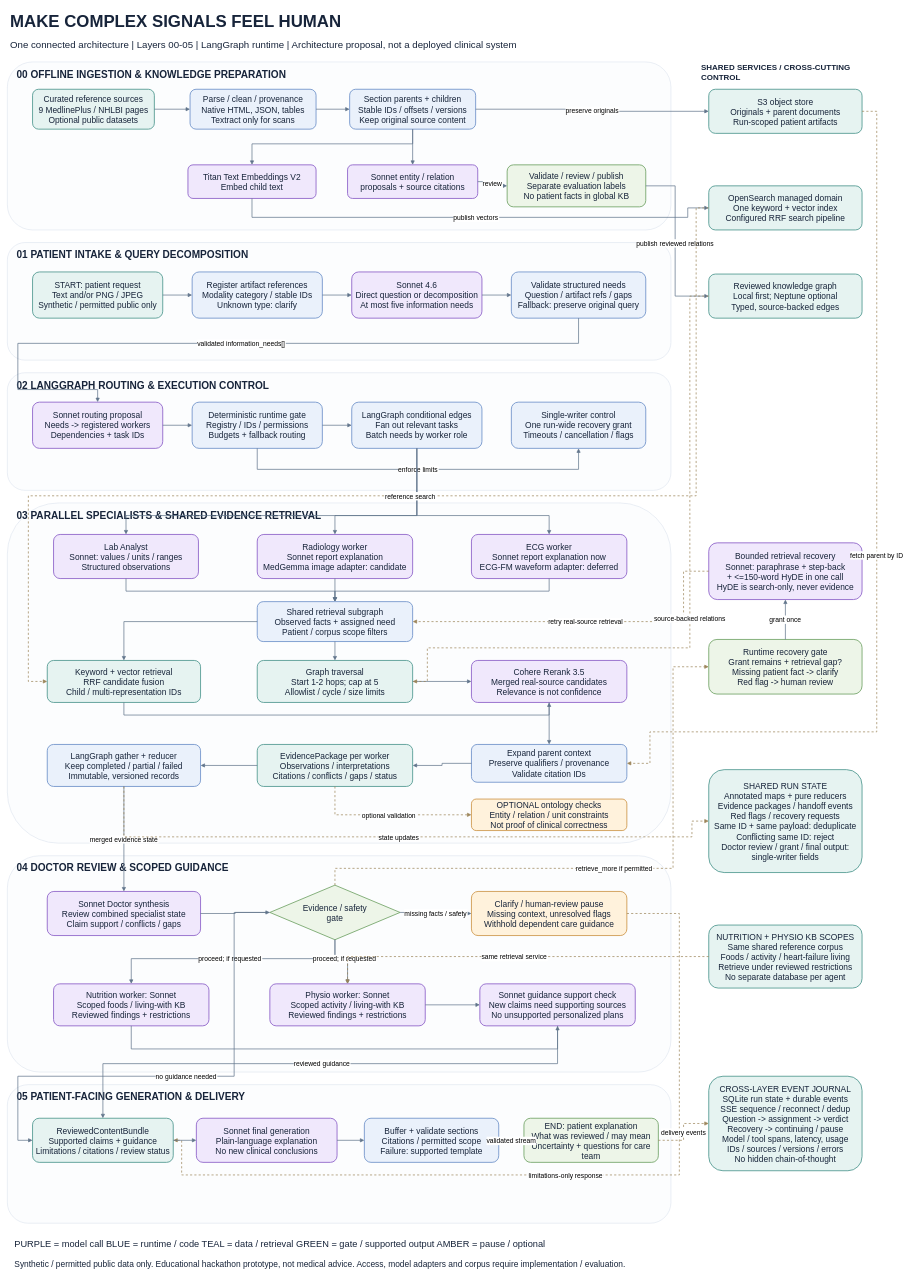
DanielZ0217/AWS-Hackathon keeps this draw.io diagram as presentation/output/Healthcare_Full_Architecture.drawio. Above is the earlier version. Source tidied: cells renumbered, new cells numbered last; positions are measured from the earlier drawing's top-left corner, leaving out a move shared by most shapes. Both pictures are drawn from the tidied source at 42%, with x=0, y=0 at pixel (7, 7).
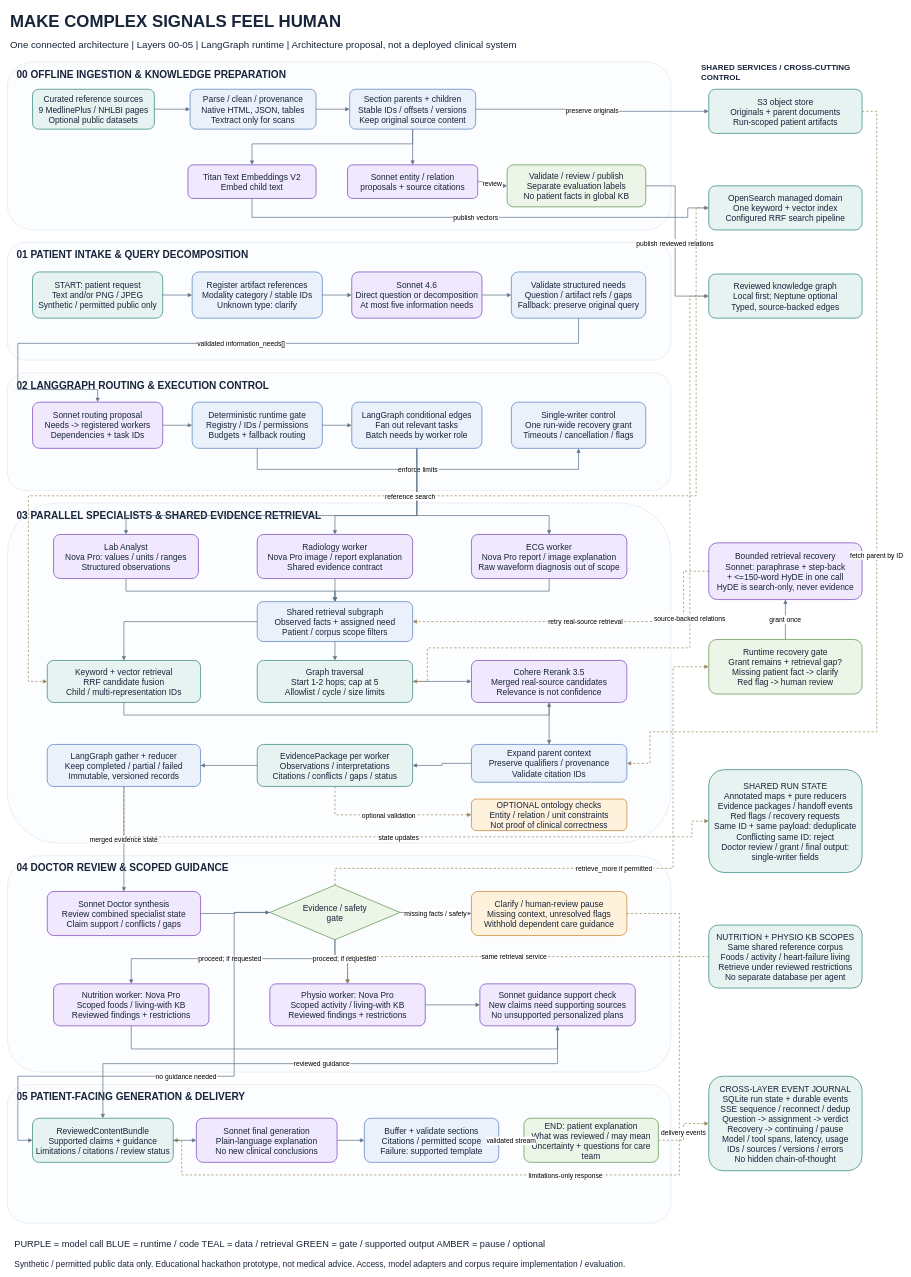
Above is the later version.

Diff of the diagram source:
```diff
@@
-    <mxCell id="34" value="Lab Analyst&#10;Sonnet: values / units / ranges&#10;Structured observations" style="rounded=1;whiteSpace=wrap;html=0;fillColor=#F0E8FC;strokeColor=#8B5FC7;strokeWidth=2;fontFamily=Arial;fontSize=20;fontColor=#17243A;spacing=8;" parent="1" vertex="1">
+    <mxCell id="34" value="Lab Analyst&#10;Nova Pro: values / units / ranges&#10;Structured observations" style="rounded=1;whiteSpace=wrap;html=0;fillColor=#F0E8FC;strokeColor=#8B5FC7;strokeWidth=2;fontFamily=Arial;fontSize=20;fontColor=#17243A;spacing=8;" parent="1" vertex="1">
       <mxGeometry x="110" y="1255" width="345" height="105" as="geometry" />
     </mxCell>
-    <mxCell id="35" value="Radiology worker&#10;Sonnet report explanation&#10;MedGemma image adapter: candidate" style="rounded=1;whiteSpace=wrap;html=0;fillColor=#F0E8FC;strokeColor=#8B5FC7;strokeWidth=2;fontFamily=Arial;fontSize=20;fontColor=#17243A;spacing=8;" parent="1" vertex="1">
+    <mxCell id="35" value="Radiology worker&#10;Nova Pro image / report explanation&#10;Shared evidence contract" style="rounded=1;whiteSpace=wrap;html=0;fillColor=#F0E8FC;strokeColor=#8B5FC7;strokeWidth=2;fontFamily=Arial;fontSize=20;fontColor=#17243A;spacing=8;" parent="1" vertex="1">
       <mxGeometry x="595" y="1255" width="370" height="105" as="geometry" />
     </mxCell>
-    <mxCell id="36" value="ECG worker&#10;Sonnet report explanation now&#10;ECG-FM waveform adapter: deferred" style="rounded=1;whiteSpace=wrap;html=0;fillColor=#F0E8FC;strokeColor=#8B5FC7;strokeWidth=2;fontFamily=Arial;fontSize=20;fontColor=#17243A;spacing=8;" parent="1" vertex="1">
+    <mxCell id="36" value="ECG worker&#10;Nova Pro report / image explanation&#10;Raw waveform diagnosis out of scope" style="rounded=1;whiteSpace=wrap;html=0;fillColor=#F0E8FC;strokeColor=#8B5FC7;strokeWidth=2;fontFamily=Arial;fontSize=20;fontColor=#17243A;spacing=8;" parent="1" vertex="1">
       <mxGeometry x="1105" y="1255" width="370" height="105" as="geometry" />
     </mxCell>
@@
-    <mxCell id="50" value="Nutrition worker: Sonnet&#10;Scoped foods / living-with KB&#10;Reviewed findings + restrictions" style="rounded=1;whiteSpace=wrap;html=0;fillColor=#F0E8FC;strokeColor=#8B5FC7;strokeWidth=2;fontFamily=Arial;fontSize=20;fontColor=#17243A;spacing=8;" parent="1" vertex="1">
+    <mxCell id="50" value="Nutrition worker: Nova Pro&#10;Scoped foods / living-with KB&#10;Reviewed findings + restrictions" style="rounded=1;whiteSpace=wrap;html=0;fillColor=#F0E8FC;strokeColor=#8B5FC7;strokeWidth=2;fontFamily=Arial;fontSize=20;fontColor=#17243A;spacing=8;" parent="1" vertex="1">
       <mxGeometry x="110" y="2325" width="370" height="100" as="geometry" />
     </mxCell>
-    <mxCell id="51" value="Physio worker: Sonnet&#10;Scoped activity / living-with KB&#10;Reviewed findings + restrictions" style="rounded=1;whiteSpace=wrap;html=0;fillColor=#F0E8FC;strokeColor=#8B5FC7;strokeWidth=2;fontFamily=Arial;fontSize=20;fontColor=#17243A;spacing=8;" parent="1" vertex="1">
+    <mxCell id="51" value="Physio worker: Nova Pro&#10;Scoped activity / living-with KB&#10;Reviewed findings + restrictions" style="rounded=1;whiteSpace=wrap;html=0;fillColor=#F0E8FC;strokeColor=#8B5FC7;strokeWidth=2;fontFamily=Arial;fontSize=20;fontColor=#17243A;spacing=8;" parent="1" vertex="1">
       <mxGeometry x="625" y="2325" width="370" height="100" as="geometry" />
     </mxCell>
```
